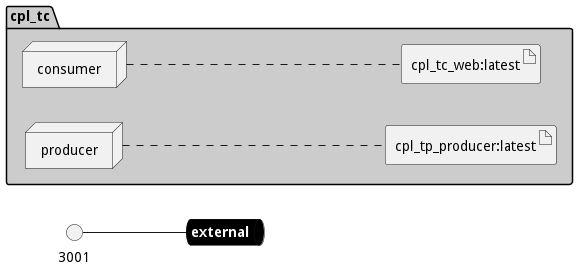
Before: docs/edgemere/cpl/tc/envs/test/deployment.png, a diagram exported from PlantUML (madajaju/edgemere). Source of this version:
```plantuml
@startuml

left to right direction


queue external #black [
    <b><color:white>external</color></b>
]

interface 3001
3001 -- external






package "cpl_tc" #cccccc {

node "consumer" as consumerService
node "producer" as producerService


        artifact "cpl_tc_web:latest" as cpl_tc_weblatestimage

        artifact "cpl_tp_producer:latest" as cpl_tp_producerlatestimage

}
consumerService .... cpl_tc_weblatestimage
producerService .... cpl_tp_producerlatestimage


@enduml
```
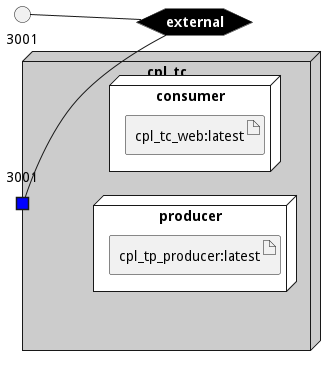
Above is the later version.

What changed in the source:
```diff
@@ -3,7 +3,7 @@
 left to right direction
 
 
-queue external #black [
+hexagon external #black [
     <b><color:white>external</color></b>
 ]
 
@@ -14,20 +14,27 @@
 
 
 
+node "cpl_tc" #cccccc {
 
-package "cpl_tc" #cccccc {
-
-node "consumer" as consumerService
-node "producer" as producerService
+    portin "3001" as cpl_tcPort3001 #blue
+    cpl_tcPort3001 -- external
 
 
-        artifact "cpl_tc_web:latest" as cpl_tc_weblatestimage
 
-        artifact "cpl_tp_producer:latest" as cpl_tp_producerlatestimage
+node "consumer" as consumerService #white {
+
+
+    artifact "cpl_tc_web:latest" as cpl_tc_weblatestimage
 
 }
-consumerService .... cpl_tc_weblatestimage
-producerService .... cpl_tp_producerlatestimage
+node "producer" as producerService #white {
+
+
+    artifact "cpl_tp_producer:latest" as cpl_tp_producerlatestimage
+
+}
+
+}
 
 
 @enduml
```
